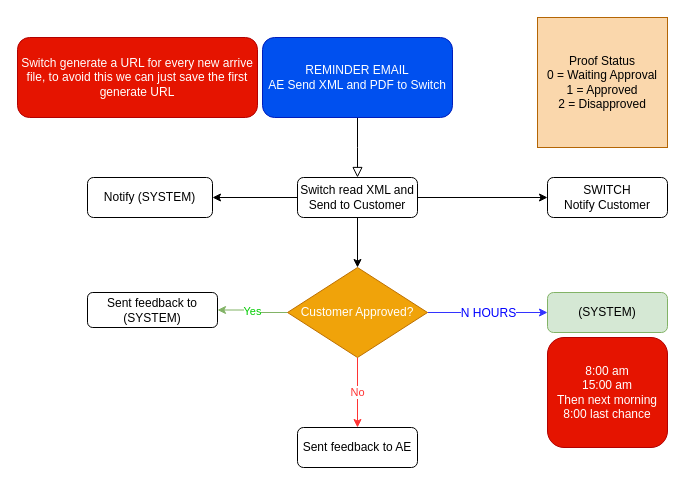
This is page "Main v2" (2 of 3) of Reminder Email.drawio from bbertolani/newprint-reminder, a draw.io file, before an edit. Source tidied: cells renumbered, new cells numbered last; positions are measured from the earlier drawing's top-left corner, leaving out a move shared by most shapes. Both pictures are drawn from the tidied source at 100%, with x=0, y=0 at pixel (17, 17).
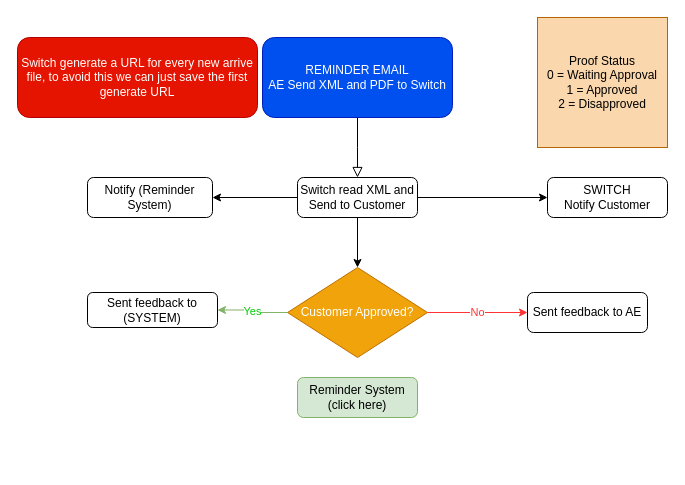
The same diagram, later.

Commit message (it also covers changes not shown here):
Update Reminder System

The change refers to these unchanged cells:
```xml
<mxCell id="15" value="Customer Approved?" style="rhombus;whiteSpace=wrap;html=1;fillColor=#f0a30a;strokeColor=#BD7000;fontColor=#ffffff;" parent="1" vertex="1">
  <mxGeometry x="270" y="250" width="140" height="90" as="geometry" />
</mxCell>
```

Diff of the diagram source:
```diff
@@
-    <mxCell id="9" value="Notify (SYSTEM) &lt;br&gt;" style="rounded=1;whiteSpace=wrap;html=1;fontSize=12;glass=0;strokeWidth=1;shadow=0;" parent="1" vertex="1">
+    <mxCell id="9" value="Notify (Reminder System) " style="rounded=1;whiteSpace=wrap;html=1;fontSize=12;glass=0;strokeWidth=1;shadow=0;" parent="1" vertex="1">
       <mxGeometry x="70" y="160" width="125" height="40" as="geometry" />
     </mxCell>
@@
-    <mxCell id="13" style="edgeStyle=orthogonalEdgeStyle;rounded=0;jettySize=auto;html=1;fillColor=#dae8fc;strokeColor=#3333FF;" parent="1" edge="1" source="15" target="17">
-      <mxGeometry relative="1" as="geometry" />
-    </mxCell>
-    <mxCell id="14" value="N HOURS" style="text;html=1;align=center;verticalAlign=middle;labelBackgroundColor=#ffffff;fontColor=#0000FF;" parent="13" vertex="1">
-      <mxGeometry x="-0.1" relative="1" as="geometry">
-        <mxPoint x="6" as="offset" />
-      </mxGeometry>
-    </mxCell>
@@
     <mxCell id="16" value="Sent feedback to AE" style="rounded=1;whiteSpace=wrap;html=1;fontSize=12;glass=0;strokeWidth=1;shadow=0;" parent="1" vertex="1">
-      <mxGeometry x="280" y="410" width="120" height="40" as="geometry" />
+      <mxGeometry x="510" y="275" width="120" height="40" as="geometry" />
     </mxCell>
-    <mxCell id="17" value="(SYSTEM)" style="rounded=1;whiteSpace=wrap;html=1;fontSize=12;glass=0;strokeWidth=1;shadow=0;fillColor=#d5e8d4;strokeColor=#82b366;" parent="1" vertex="1">
-      <mxGeometry x="530" y="275" width="120" height="40" as="geometry" />
+    <mxCell id="17" value="Reminder System (click here)" style="rounded=1;whiteSpace=wrap;html=1;fontSize=12;glass=0;strokeWidth=1;shadow=0;fillColor=#d5e8d4;strokeColor=#82b366;" parent="1" vertex="1">
+      <mxGeometry x="280" y="360" width="120" height="40" as="geometry" />
     </mxCell>
@@
-    <mxCell id="20" value="8:00 am&lt;br&gt;15:00 am&lt;br&gt;Then next morning&lt;br&gt;8:00 last chance" style="rounded=1;whiteSpace=wrap;html=1;fillColor=#e51400;strokeColor=#B20000;fontColor=#ffffff;" parent="1" vertex="1">
-      <mxGeometry x="530" y="320" width="120" height="110" as="geometry" />
-    </mxCell>
```
